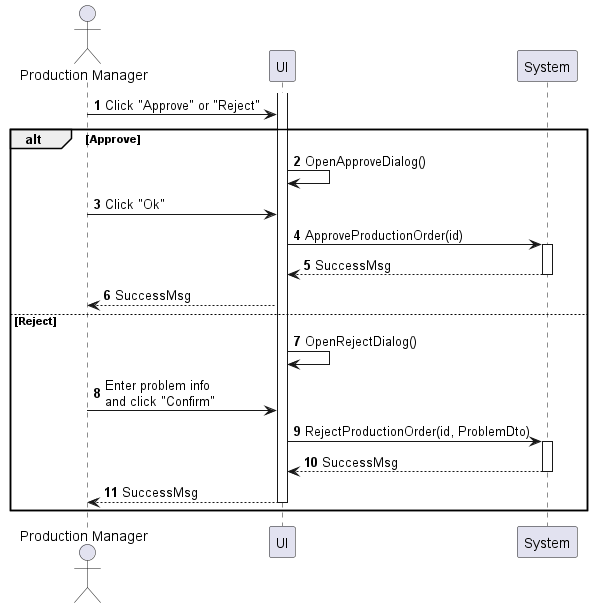
The PlantUML diagram sequences/production-order-approve.png in phihungha/scmss-reqs, before a commit. Source of this version:
```plantuml
@startuml production-order-approve
autonumber

actor "Production Manager" as a
participant UI as f
participant System as b

activate f
a -> f : Click "Approve" or "Reject"

alt Approve
    f -> f : OpenApproveDialog()
    a -> f : Click "Ok"
    f -> b : ApproveProductionOrder(id)
    activate b
    b --> f : SuccessMsg
    deactivate b
    f --> a : SuccessMsg
else Reject
    f -> f : OpenRejectDialog()
    a -> f : Enter problem info\nand click "Confirm"
    f -> b : RejectProductionOrder(id, ProblemDto)
    activate b
    return SuccessMsg
    f --> a : SuccessMsg
    deactivate f
end
@enduml
```
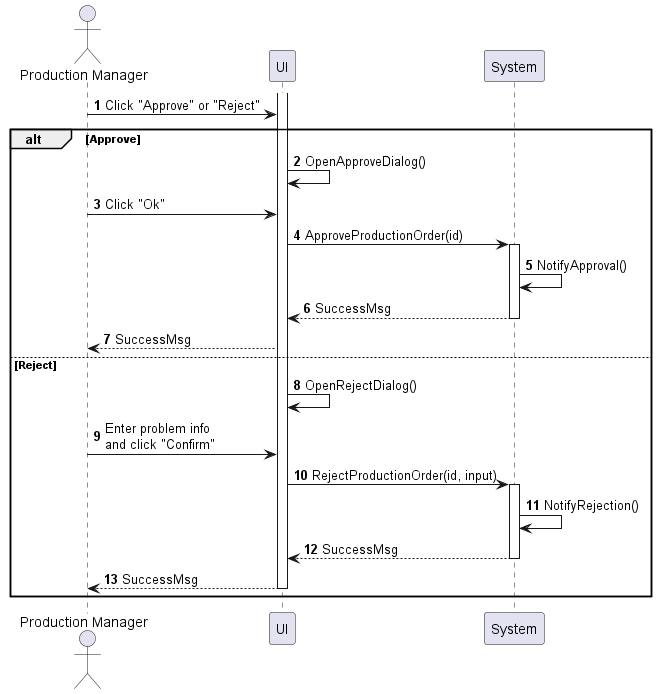
After the change.

The edit, as a diff of the source:
```diff
@@ -13,14 +13,16 @@
     a -> f : Click "Ok"
     f -> b : ApproveProductionOrder(id)
     activate b
+    b -> b : NotifyApproval()
     b --> f : SuccessMsg
     deactivate b
     f --> a : SuccessMsg
 else Reject
     f -> f : OpenRejectDialog()
     a -> f : Enter problem info\nand click "Confirm"
-    f -> b : RejectProductionOrder(id, ProblemDto)
+    f -> b : RejectProductionOrder(id, input)
     activate b
+    b -> b : NotifyRejection()
     return SuccessMsg
     f --> a : SuccessMsg
     deactivate f
```
